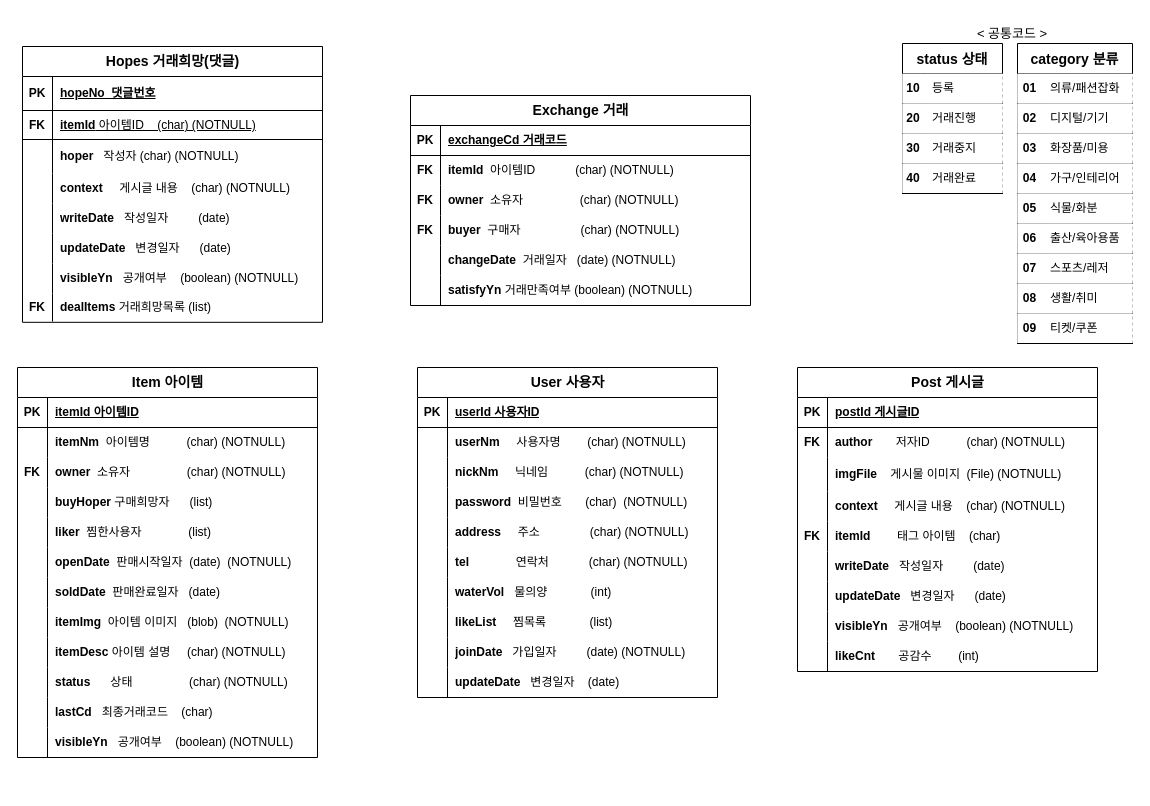
This is myreact.drawio from eunbinoh/myReact, a draw.io file, before an edit. Source tidied: cells renumbered, new cells numbered last; positions are measured from the earlier drawing's top-left corner, leaving out a move shared by most shapes. Both pictures are drawn from the tidied source at 100%, with x=0, y=0 at pixel (17, 17).
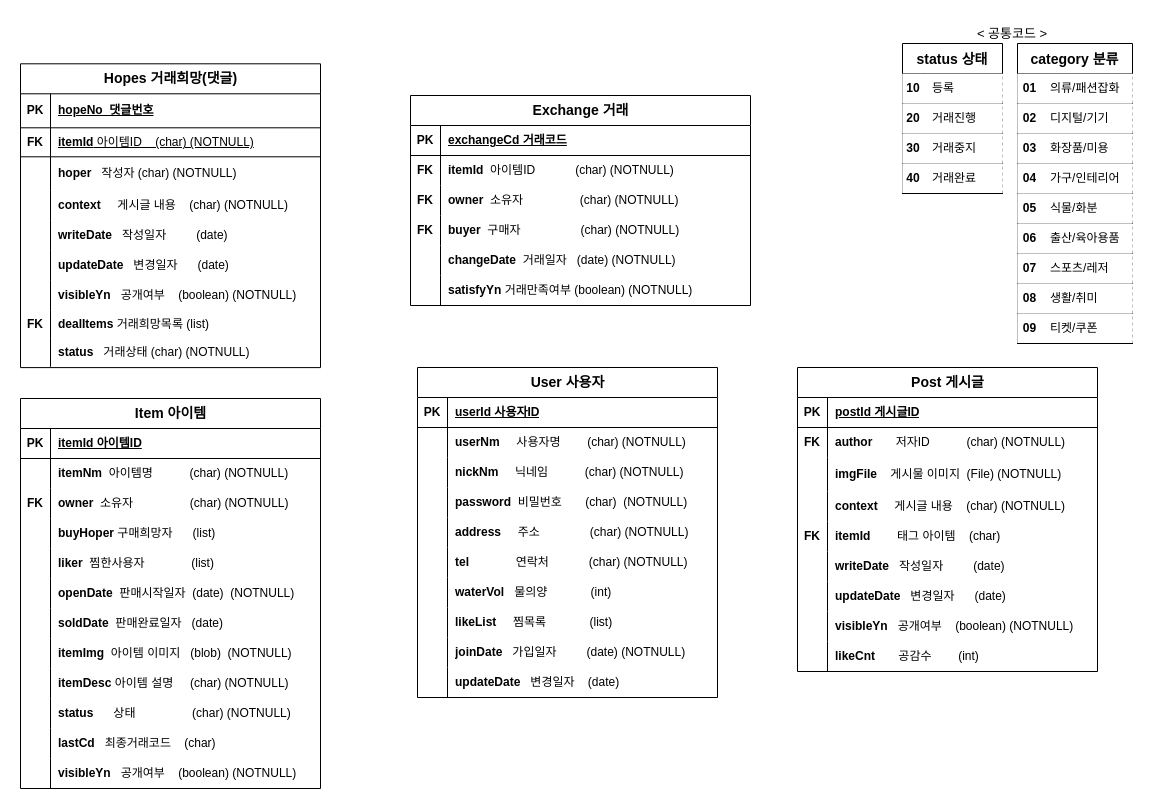
The same page after the edit.

What changed in the source:
```diff
@@
     <mxCell id="3" value="&lt;font style=&quot;font-size: 14px;&quot;&gt;Item 아이템&lt;/font&gt;" style="shape=table;startSize=30;childLayout=tableLayout;rowLines=0;fontStyle=1;align=center;html=1;labelBackgroundColor=none;rounded=0;" parent="1" vertex="1">
-      <mxGeometry y="350" width="300" height="390" as="geometry" />
+      <mxGeometry x="3" y="381" width="300" height="390" as="geometry" />
     </mxCell>
@@
     <mxCell id="160" value="&lt;font style=&quot;font-size: 14px;&quot;&gt;Hopes 거래희망(댓글)&lt;/font&gt;" style="shape=table;startSize=30;childLayout=tableLayout;rowLines=0;fontStyle=1;align=center;html=1;labelBackgroundColor=none;rounded=0;" parent="1" vertex="1">
-      <mxGeometry x="5" y="29" width="300" height="275.8" as="geometry" />
+      <mxGeometry x="3" y="46.3" width="300" height="303.8" as="geometry" />
     </mxCell>
@@
+    <mxCell id="185" style="shape=tableRow;horizontal=0;startSize=0;swimlaneHead=0;swimlaneBody=0;fillColor=none;top=0;left=0;right=0;bottom=0;labelBackgroundColor=none;rounded=0;" parent="160" vertex="1">
+      <mxGeometry y="275" width="300" height="28" as="geometry" />
+    </mxCell>
+    <mxCell id="186" style="shape=partialRectangle;fillColor=none;top=0;left=0;bottom=0;right=0;overflow=hidden;whiteSpace=wrap;html=1;labelBackgroundColor=none;rounded=0;" parent="185" vertex="1">
+      <mxGeometry width="30" height="28" as="geometry" />
+    </mxCell>
+    <mxCell id="187" value="&lt;b&gt;status&amp;nbsp; &amp;nbsp;&lt;/b&gt;거래상태 (char) (NOTNULL)" style="shape=partialRectangle;fillColor=none;top=0;left=0;bottom=0;right=0;align=left;spacingLeft=6;overflow=hidden;whiteSpace=wrap;html=1;labelBackgroundColor=none;rounded=0;" parent="185" vertex="1">
+      <mxGeometry x="30" width="270" height="28" as="geometry" />
+    </mxCell>
```
